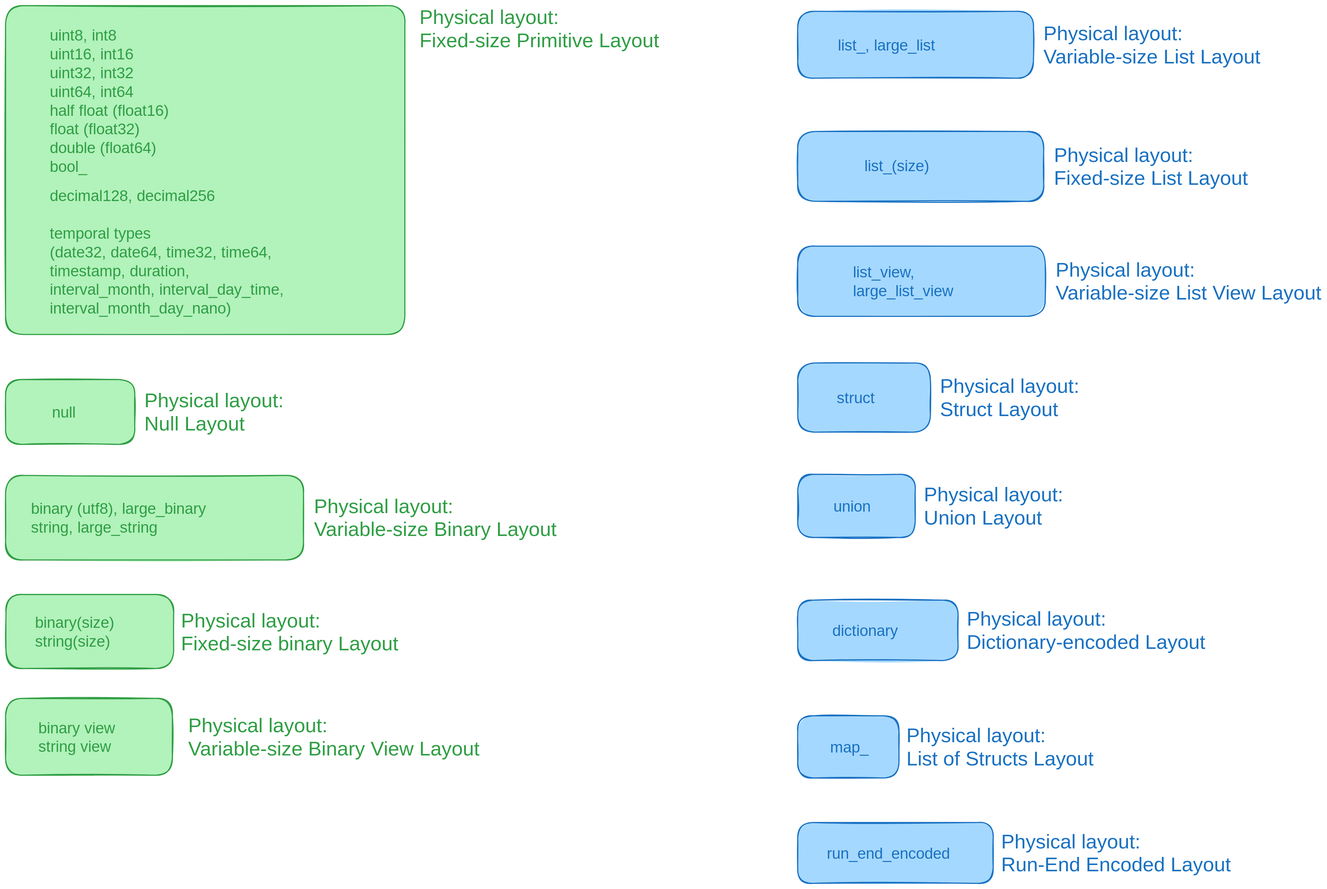
Before: diagrams/all-types.svg, a diagram exported from Excalidraw (voltrondata-labs/2024-arrow-format-tutorial). Source tidied: one line per element, renumbered; positions are measured from the earlier drawing's top-left corner, leaving out a move shared by most shapes.
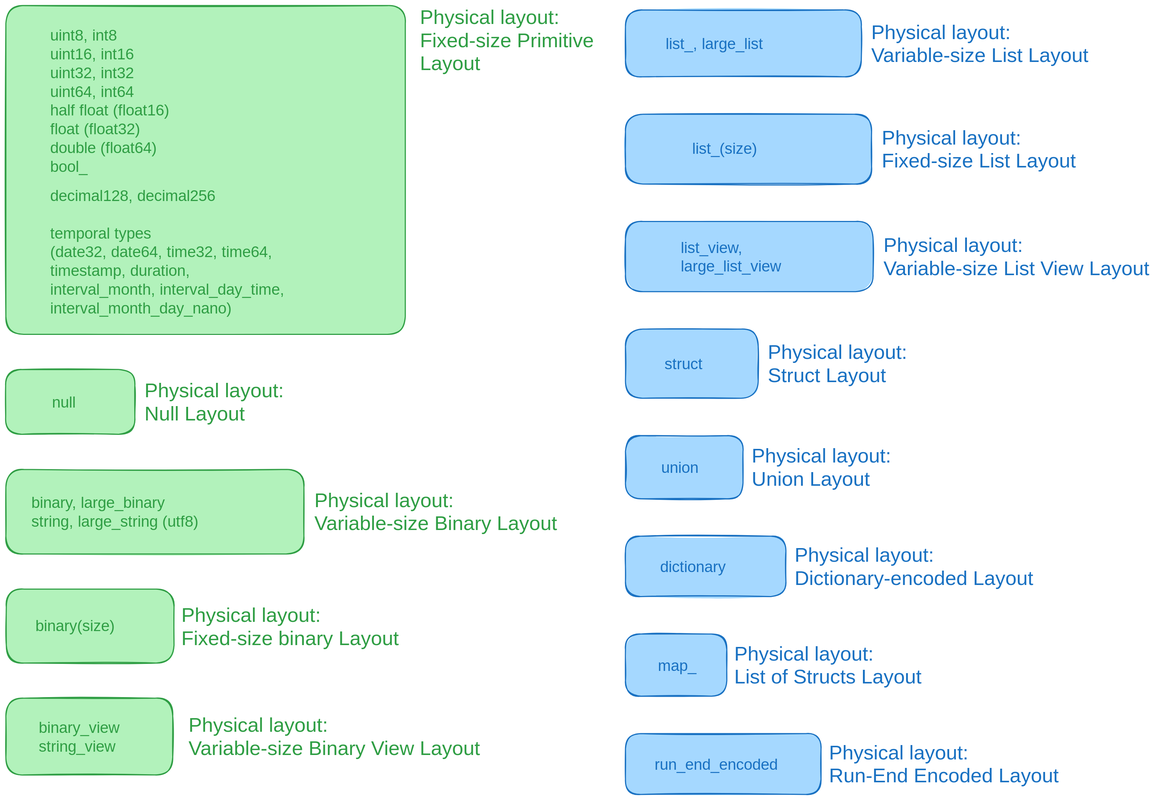
Above is the later version.

Diff of the diagram source:
```diff
@@ -1,40 +1,40 @@
 {"id": 0, "type": "rectangle", "strokeColor": "#2f9e44", "backgroundColor": "#b2f2bb", "fillStyle": "solid", "strokeWidth": 2, "roughness": 1, "round": true, "x": 0, "y": 0, "width": 717, "height": 590}
 {"id": 1, "type": "text", "text": "uint8, int8\nuint16, int16\nuint32, int32\nuint64, int64\nhalf float (float16)\nfloat (float32)\ndouble (float64)\nbool_", "strokeColor": "#2f9e44", "strokeWidth": 2, "roughness": 1, "fontSize": 28, "fontFamily": 3, "x": 79, "y": 36, "width": 328, "height": 269}
 {"id": 2, "type": "text", "text": "decimal128, decimal256\n\ntemporal types\n(date32, date64, time32, time64,\ntimestamp, duration,\ninterval_month, interval_day_time,\ninterval_month_day_nano)", "strokeColor": "#2f9e44", "strokeWidth": 2, "roughness": 1, "fontSize": 28, "fontFamily": 3, "x": 79, "y": 324, "width": 558, "height": 235}
-{"id": 3, "type": "text", "text": "Physical layout:\nFixed-size Primitive Layout", "strokeColor": "#2f9e44", "strokeWidth": 2, "roughness": 1, "fontSize": 36, "fontFamily": 2, "x": 743, "y": 0, "width": 430, "height": 83}
+{"id": 3, "type": "text", "text": "Physical layout:\nFixed-size Primitive\nLayout", "strokeColor": "#2f9e44", "strokeWidth": 2, "roughness": 1, "fontSize": 36, "fontFamily": 2, "x": 743, "y": 0, "width": 312, "height": 124}
-{"id": 4, "type": "rectangle", "strokeColor": "#2f9e44", "backgroundColor": "#b2f2bb", "fillStyle": "solid", "strokeWidth": 2, "roughness": 1, "round": true, "x": 0, "y": 670, "width": 232, "height": 116}
+{"id": 4, "type": "rectangle", "strokeColor": "#2f9e44", "backgroundColor": "#b2f2bb", "fillStyle": "solid", "strokeWidth": 2, "roughness": 1, "round": true, "x": 0, "y": 653, "width": 232, "height": 116}
-{"id": 5, "type": "text", "text": "null", "strokeColor": "#2f9e44", "strokeWidth": 2, "roughness": 1, "fontSize": 28, "fontFamily": 3, "x": 83, "y": 712, "width": 66, "height": 34}
+{"id": 5, "type": "text", "text": "null", "strokeColor": "#2f9e44", "strokeWidth": 2, "roughness": 1, "fontSize": 28, "fontFamily": 3, "x": 83, "y": 694, "width": 66, "height": 34}
-{"id": 6, "type": "text", "text": "Physical layout:\nNull Layout", "strokeColor": "#2f9e44", "strokeWidth": 2, "roughness": 1, "fontSize": 36, "fontFamily": 2, "x": 249, "y": 687, "width": 250, "height": 83}
+{"id": 6, "type": "text", "text": "Physical layout:\nNull Layout", "strokeColor": "#2f9e44", "strokeWidth": 2, "roughness": 1, "fontSize": 36, "fontFamily": 2, "x": 249, "y": 669, "width": 250, "height": 83}
-{"id": 7, "type": "rectangle", "strokeColor": "#2f9e44", "backgroundColor": "#b2f2bb", "fillStyle": "solid", "strokeWidth": 2, "roughness": 1, "round": true, "x": 0, "y": 842, "width": 535, "height": 152}
+{"id": 7, "type": "rectangle", "strokeColor": "#2f9e44", "backgroundColor": "#b2f2bb", "fillStyle": "solid", "strokeWidth": 2, "roughness": 1, "round": true, "x": 0, "y": 832, "width": 535, "height": 152}
-{"id": 8, "type": "text", "text": "binary (utf8), large_binary\nstring, large_string", "strokeColor": "#2f9e44", "strokeWidth": 2, "roughness": 1, "fontSize": 28, "fontFamily": 3, "x": 46, "y": 885, "width": 443, "height": 67}
+{"id": 8, "type": "text", "text": "binary, large_binary\nstring, large_string (utf8)", "strokeColor": "#2f9e44", "strokeWidth": 2, "roughness": 1, "fontSize": 28, "fontFamily": 3, "x": 46, "y": 874, "width": 443, "height": 67}
-{"id": 9, "type": "text", "text": "Physical layout:\nVariable-size Binary Layout", "strokeColor": "#2f9e44", "strokeWidth": 2, "roughness": 1, "fontSize": 36, "fontFamily": 2, "x": 553, "y": 877, "width": 436, "height": 83}
+{"id": 9, "type": "text", "text": "Physical layout:\nVariable-size Binary Layout", "strokeColor": "#2f9e44", "strokeWidth": 2, "roughness": 1, "fontSize": 36, "fontFamily": 2, "x": 553, "y": 866, "width": 436, "height": 83}
-{"id": 10, "type": "rectangle", "strokeColor": "#2f9e44", "backgroundColor": "#b2f2bb", "fillStyle": "solid", "strokeWidth": 2, "roughness": 1, "round": true, "x": 1, "y": 1056, "width": 301, "height": 133}
+{"id": 10, "type": "rectangle", "strokeColor": "#2f9e44", "backgroundColor": "#b2f2bb", "fillStyle": "solid", "strokeWidth": 2, "roughness": 1, "round": true, "x": 1, "y": 1047, "width": 301, "height": 133}
-{"id": 11, "type": "text", "text": "binary(size)\nstring(size)", "strokeColor": "#2f9e44", "strokeWidth": 2, "roughness": 1, "fontSize": 28, "fontFamily": 3, "x": 53, "y": 1089, "width": 197, "height": 67}
+{"id": 11, "type": "text", "text": "binary(size)", "strokeColor": "#2f9e44", "strokeWidth": 2, "roughness": 1, "fontSize": 28, "fontFamily": 3, "x": 53, "y": 1095, "width": 197, "height": 34}
-{"id": 12, "type": "text", "text": "Physical layout:\nFixed-size binary Layout", "strokeColor": "#2f9e44", "strokeWidth": 2, "roughness": 1, "fontSize": 36, "fontFamily": 2, "x": 315, "y": 1082, "width": 390, "height": 83}
+{"id": 12, "type": "text", "text": "Physical layout:\nFixed-size binary Layout", "strokeColor": "#2f9e44", "strokeWidth": 2, "roughness": 1, "fontSize": 36, "fontFamily": 2, "x": 315, "y": 1072, "width": 390, "height": 83}
 {"id": 13, "type": "rectangle", "strokeColor": "#2f9e44", "backgroundColor": "#b2f2bb", "fillStyle": "solid", "strokeWidth": 2, "roughness": 1, "round": true, "x": 0, "y": 1242, "width": 299, "height": 138}
 {"id": 14, "type": "text", "text": "Physical layout:\nVariable-size Binary View Layout", "strokeColor": "#2f9e44", "strokeWidth": 2, "roughness": 1, "fontSize": 36, "fontFamily": 2, "x": 328, "y": 1270, "width": 523, "height": 83}
-{"id": 15, "type": "text", "text": "binary view\nstring view", "strokeColor": "#2f9e44", "strokeWidth": 2, "roughness": 1, "fontSize": 28, "fontFamily": 3, "x": 59, "y": 1278, "width": 180, "height": 67}
+{"id": 15, "type": "text", "text": "binary_view\nstring_view", "strokeColor": "#2f9e44", "strokeWidth": 2, "roughness": 1, "fontSize": 28, "fontFamily": 3, "x": 59, "y": 1278, "width": 180, "height": 67}
-{"id": 16, "type": "text", "text": "Physical layout:\nVariable-size List Layout", "strokeColor": "#1971c2", "backgroundColor": "#a5d8ff", "fillStyle": "solid", "strokeWidth": 2, "roughness": 1, "fontSize": 36, "fontFamily": 2, "x": 1862, "y": 29, "width": 390, "height": 83}
+{"id": 16, "type": "text", "text": "Physical layout:\nVariable-size List Layout", "strokeColor": "#1971c2", "backgroundColor": "#a5d8ff", "fillStyle": "solid", "strokeWidth": 2, "roughness": 1, "fontSize": 36, "fontFamily": 2, "x": 1552, "y": 27, "width": 390, "height": 83}
-{"id": 17, "type": "rectangle", "strokeColor": "#1971c2", "backgroundColor": "#a5d8ff", "fillStyle": "solid", "strokeWidth": 2, "roughness": 1, "round": true, "x": 1422, "y": 10, "width": 423, "height": 120}
+{"id": 17, "type": "rectangle", "strokeColor": "#1971c2", "backgroundColor": "#a5d8ff", "fillStyle": "solid", "strokeWidth": 2, "roughness": 1, "round": true, "x": 1112, "y": 8, "width": 423, "height": 120}
-{"id": 18, "type": "text", "text": "list_, large_list", "strokeColor": "#1971c2", "backgroundColor": "#a5d8ff", "fillStyle": "solid", "strokeWidth": 2, "roughness": 1, "fontSize": 28, "fontFamily": 3, "x": 1494, "y": 53, "width": 279, "height": 34}
+{"id": 18, "type": "text", "text": "list_, large_list", "strokeColor": "#1971c2", "backgroundColor": "#a5d8ff", "fillStyle": "solid", "strokeWidth": 2, "roughness": 1, "fontSize": 28, "fontFamily": 3, "x": 1184, "y": 51, "width": 279, "height": 34}
-{"id": 19, "type": "rectangle", "strokeColor": "#1971c2", "backgroundColor": "#a5d8ff", "fillStyle": "solid", "strokeWidth": 2, "roughness": 1, "round": true, "x": 1422, "y": 226, "width": 442, "height": 125}
+{"id": 19, "type": "rectangle", "strokeColor": "#1971c2", "backgroundColor": "#a5d8ff", "fillStyle": "solid", "strokeWidth": 2, "roughness": 1, "round": true, "x": 1112, "y": 195, "width": 442, "height": 125}
-{"id": 20, "type": "text", "text": "Physical layout:\nFixed-size List Layout", "strokeColor": "#1971c2", "backgroundColor": "#a5d8ff", "fillStyle": "solid", "strokeWidth": 2, "roughness": 1, "fontSize": 36, "fontFamily": 2, "x": 1881, "y": 247, "width": 348, "height": 83}
+{"id": 20, "type": "text", "text": "Physical layout:\nFixed-size List Layout", "strokeColor": "#1971c2", "backgroundColor": "#a5d8ff", "fillStyle": "solid", "strokeWidth": 2, "roughness": 1, "fontSize": 36, "fontFamily": 2, "x": 1571, "y": 216, "width": 348, "height": 83}
-{"id": 21, "type": "text", "text": "list_(size)", "strokeColor": "#1971c2", "backgroundColor": "#a5d8ff", "fillStyle": "solid", "strokeWidth": 2, "roughness": 1, "fontSize": 28, "fontFamily": 3, "x": 1541, "y": 270, "width": 180, "height": 34}
+{"id": 21, "type": "text", "text": "list_(size)", "strokeColor": "#1971c2", "backgroundColor": "#a5d8ff", "fillStyle": "solid", "strokeWidth": 2, "roughness": 1, "fontSize": 28, "fontFamily": 3, "x": 1231, "y": 239, "width": 180, "height": 34}
-{"id": 22, "type": "rectangle", "strokeColor": "#1971c2", "backgroundColor": "#a5d8ff", "fillStyle": "solid", "strokeWidth": 2, "roughness": 1, "round": true, "x": 1422, "y": 431, "width": 444, "height": 126}
+{"id": 22, "type": "rectangle", "strokeColor": "#1971c2", "backgroundColor": "#a5d8ff", "fillStyle": "solid", "strokeWidth": 2, "roughness": 1, "round": true, "x": 1112, "y": 387, "width": 444, "height": 126}
-{"id": 23, "type": "text", "text": "Physical layout:\nVariable-size List View Layout", "strokeColor": "#1971c2", "backgroundColor": "#a5d8ff", "fillStyle": "solid", "strokeWidth": 2, "roughness": 1, "fontSize": 36, "fontFamily": 2, "x": 1884, "y": 453, "width": 477, "height": 83}
+{"id": 23, "type": "text", "text": "Physical layout:\nVariable-size List View Layout", "strokeColor": "#1971c2", "backgroundColor": "#a5d8ff", "fillStyle": "solid", "strokeWidth": 2, "roughness": 1, "fontSize": 36, "fontFamily": 2, "x": 1574, "y": 409, "width": 477, "height": 83}
-{"id": 24, "type": "text", "text": "list_view,\nlarge_list_view", "strokeColor": "#1971c2", "backgroundColor": "#a5d8ff", "fillStyle": "hachure", "strokeWidth": 1, "strokeStyle": "dotted", "roughness": 2, "fontSize": 28, "fontFamily": 3, "x": 1521, "y": 461, "width": 246, "height": 67}
+{"id": 24, "type": "text", "text": "list_view,\nlarge_list_view", "strokeColor": "#1971c2", "backgroundColor": "#a5d8ff", "fillStyle": "hachure", "strokeWidth": 1, "strokeStyle": "dotted", "roughness": 2, "fontSize": 28, "fontFamily": 3, "x": 1211, "y": 417, "width": 246, "height": 67}
-{"id": 25, "type": "rectangle", "strokeColor": "#1971c2", "backgroundColor": "#a5d8ff", "fillStyle": "solid", "strokeWidth": 2, "roughness": 1, "round": true, "x": 1422, "y": 641, "width": 238, "height": 124}
+{"id": 25, "type": "rectangle", "strokeColor": "#1971c2", "backgroundColor": "#a5d8ff", "fillStyle": "solid", "strokeWidth": 2, "roughness": 1, "round": true, "x": 1112, "y": 580, "width": 238, "height": 124}
-{"id": 26, "type": "text", "text": "Physical layout:\nStruct Layout", "strokeColor": "#1971c2", "backgroundColor": "#a5d8ff", "fillStyle": "solid", "strokeWidth": 2, "roughness": 1, "fontSize": 36, "fontFamily": 2, "x": 1677, "y": 661, "width": 250, "height": 83}
+{"id": 26, "type": "text", "text": "Physical layout:\nStruct Layout", "strokeColor": "#1971c2", "backgroundColor": "#a5d8ff", "fillStyle": "solid", "strokeWidth": 2, "roughness": 1, "fontSize": 36, "fontFamily": 2, "x": 1367, "y": 601, "width": 250, "height": 83}
-{"id": 27, "type": "text", "text": "struct", "strokeColor": "#1971c2", "backgroundColor": "#a5d8ff", "fillStyle": "hachure", "strokeWidth": 1, "strokeStyle": "dotted", "roughness": 2, "fontSize": 28, "fontFamily": 3, "x": 1491, "y": 686, "width": 98, "height": 34}
+{"id": 27, "type": "text", "text": "struct", "strokeColor": "#1971c2", "backgroundColor": "#a5d8ff", "fillStyle": "hachure", "strokeWidth": 1, "strokeStyle": "dotted", "roughness": 2, "fontSize": 28, "fontFamily": 3, "x": 1181, "y": 625, "width": 98, "height": 34}
-{"id": 28, "type": "rectangle", "strokeColor": "#1971c2", "backgroundColor": "#a5d8ff", "fillStyle": "solid", "strokeWidth": 2, "roughness": 1, "round": true, "x": 1422, "y": 1066, "width": 288, "height": 108}
+{"id": 28, "type": "rectangle", "strokeColor": "#1971c2", "backgroundColor": "#a5d8ff", "fillStyle": "solid", "strokeWidth": 2, "roughness": 1, "round": true, "x": 1112, "y": 952, "width": 288, "height": 108}
-{"id": 29, "type": "text", "text": "Physical layout:\nDictionary-encoded Layout", "strokeColor": "#1971c2", "backgroundColor": "#a5d8ff", "fillStyle": "solid", "strokeWidth": 2, "roughness": 1, "fontSize": 36, "fontFamily": 2, "x": 1725, "y": 1079, "width": 428, "height": 83}
+{"id": 29, "type": "text", "text": "Physical layout:\nDictionary-encoded Layout", "strokeColor": "#1971c2", "backgroundColor": "#a5d8ff", "fillStyle": "solid", "strokeWidth": 2, "roughness": 1, "fontSize": 36, "fontFamily": 2, "x": 1415, "y": 965, "width": 428, "height": 83}
-{"id": 30, "type": "text", "text": "dictionary", "strokeColor": "#1971c2", "backgroundColor": "#a5d8ff", "fillStyle": "hachure", "strokeWidth": 1, "strokeStyle": "dotted", "roughness": 2, "fontSize": 28, "fontFamily": 3, "x": 1483, "y": 1103, "width": 164, "height": 34}
+{"id": 30, "type": "text", "text": "dictionary", "strokeColor": "#1971c2", "backgroundColor": "#a5d8ff", "fillStyle": "hachure", "strokeWidth": 1, "strokeStyle": "dotted", "roughness": 2, "fontSize": 28, "fontFamily": 3, "x": 1173, "y": 989, "width": 164, "height": 34}
-{"id": 31, "type": "rectangle", "strokeColor": "#1971c2", "backgroundColor": "#a5d8ff", "fillStyle": "solid", "strokeWidth": 2, "roughness": 1, "round": true, "x": 1422, "y": 1273, "width": 182, "height": 112}
+{"id": 31, "type": "rectangle", "strokeColor": "#1971c2", "backgroundColor": "#a5d8ff", "fillStyle": "solid", "strokeWidth": 2, "roughness": 1, "round": true, "x": 1112, "y": 1127, "width": 182, "height": 112}
-{"id": 32, "type": "text", "text": "Physical layout:\nList of Structs Layout", "strokeColor": "#1971c2", "backgroundColor": "#a5d8ff", "fillStyle": "solid", "strokeWidth": 2, "roughness": 1, "fontSize": 36, "fontFamily": 2, "x": 1617, "y": 1288, "width": 336, "height": 83}
+{"id": 32, "type": "text", "text": "Physical layout:\nList of Structs Layout", "strokeColor": "#1971c2", "backgroundColor": "#a5d8ff", "fillStyle": "solid", "strokeWidth": 2, "roughness": 1, "fontSize": 36, "fontFamily": 2, "x": 1307, "y": 1142, "width": 336, "height": 83}
-{"id": 33, "type": "text", "text": "map_", "strokeColor": "#1971c2", "backgroundColor": "#a5d8ff", "fillStyle": "hachure", "strokeWidth": 1, "strokeStyle": "dotted", "roughness": 2, "fontSize": 28, "fontFamily": 3, "x": 1480, "y": 1312, "width": 66, "height": 34}
+{"id": 33, "type": "text", "text": "map_", "strokeColor": "#1971c2", "backgroundColor": "#a5d8ff", "fillStyle": "hachure", "strokeWidth": 1, "strokeStyle": "dotted", "roughness": 2, "fontSize": 28, "fontFamily": 3, "x": 1170, "y": 1166, "width": 66, "height": 34}
-{"id": 34, "type": "rectangle", "strokeColor": "#1971c2", "backgroundColor": "#a5d8ff", "fillStyle": "solid", "strokeWidth": 2, "roughness": 1, "round": true, "x": 1422, "y": 840, "width": 211, "height": 113}
+{"id": 34, "type": "rectangle", "strokeColor": "#1971c2", "backgroundColor": "#a5d8ff", "fillStyle": "solid", "strokeWidth": 2, "roughness": 1, "round": true, "x": 1112, "y": 771, "width": 211, "height": 113}
-{"id": 35, "type": "text", "text": "Physical layout:\nUnion Layout", "strokeColor": "#1971c2", "backgroundColor": "#a5d8ff", "fillStyle": "solid", "strokeWidth": 2, "roughness": 1, "fontSize": 36, "fontFamily": 2, "x": 1648, "y": 856, "width": 250, "height": 83}
+{"id": 35, "type": "text", "text": "Physical layout:\nUnion Layout", "strokeColor": "#1971c2", "backgroundColor": "#a5d8ff", "fillStyle": "solid", "strokeWidth": 2, "roughness": 1, "fontSize": 36, "fontFamily": 2, "x": 1338, "y": 787, "width": 250, "height": 83}
-{"id": 36, "type": "text", "text": "union", "strokeColor": "#1971c2", "backgroundColor": "#a5d8ff", "fillStyle": "hachure", "strokeWidth": 1, "strokeStyle": "dotted", "roughness": 2, "fontSize": 28, "fontFamily": 3, "x": 1486, "y": 880, "width": 82, "height": 34}
+{"id": 36, "type": "text", "text": "union", "strokeColor": "#1971c2", "backgroundColor": "#a5d8ff", "fillStyle": "hachure", "strokeWidth": 1, "strokeStyle": "dotted", "roughness": 2, "fontSize": 28, "fontFamily": 3, "x": 1176, "y": 811, "width": 82, "height": 34}
-{"id": 37, "type": "rectangle", "strokeColor": "#1971c2", "backgroundColor": "#a5d8ff", "fillStyle": "solid", "strokeWidth": 2, "roughness": 1, "round": true, "x": 1422, "y": 1465, "width": 351, "height": 109}
+{"id": 37, "type": "rectangle", "strokeColor": "#1971c2", "backgroundColor": "#a5d8ff", "fillStyle": "solid", "strokeWidth": 2, "roughness": 1, "round": true, "x": 1112, "y": 1306, "width": 351, "height": 109}
-{"id": 38, "type": "text", "text": "Physical layout:\nRun-End Encoded Layout", "strokeColor": "#1971c2", "backgroundColor": "#a5d8ff", "fillStyle": "solid", "strokeWidth": 2, "roughness": 1, "fontSize": 36, "fontFamily": 2, "x": 1787, "y": 1478, "width": 412, "height": 83}
+{"id": 38, "type": "text", "text": "Physical layout:\nRun-End Encoded Layout", "strokeColor": "#1971c2", "backgroundColor": "#a5d8ff", "fillStyle": "solid", "strokeWidth": 2, "roughness": 1, "fontSize": 36, "fontFamily": 2, "x": 1477, "y": 1319, "width": 412, "height": 83}
-{"id": 39, "type": "text", "text": "run_end_encoded", "strokeColor": "#1971c2", "backgroundColor": "#a5d8ff", "fillStyle": "hachure", "strokeWidth": 1, "strokeStyle": "dotted", "roughness": 2, "fontSize": 28, "fontFamily": 3, "x": 1474, "y": 1503, "width": 246, "height": 34}
+{"id": 39, "type": "text", "text": "run_end_encoded", "strokeColor": "#1971c2", "backgroundColor": "#a5d8ff", "fillStyle": "hachure", "strokeWidth": 1, "strokeStyle": "dotted", "roughness": 2, "fontSize": 28, "fontFamily": 3, "x": 1164, "y": 1344, "width": 246, "height": 34}
```
